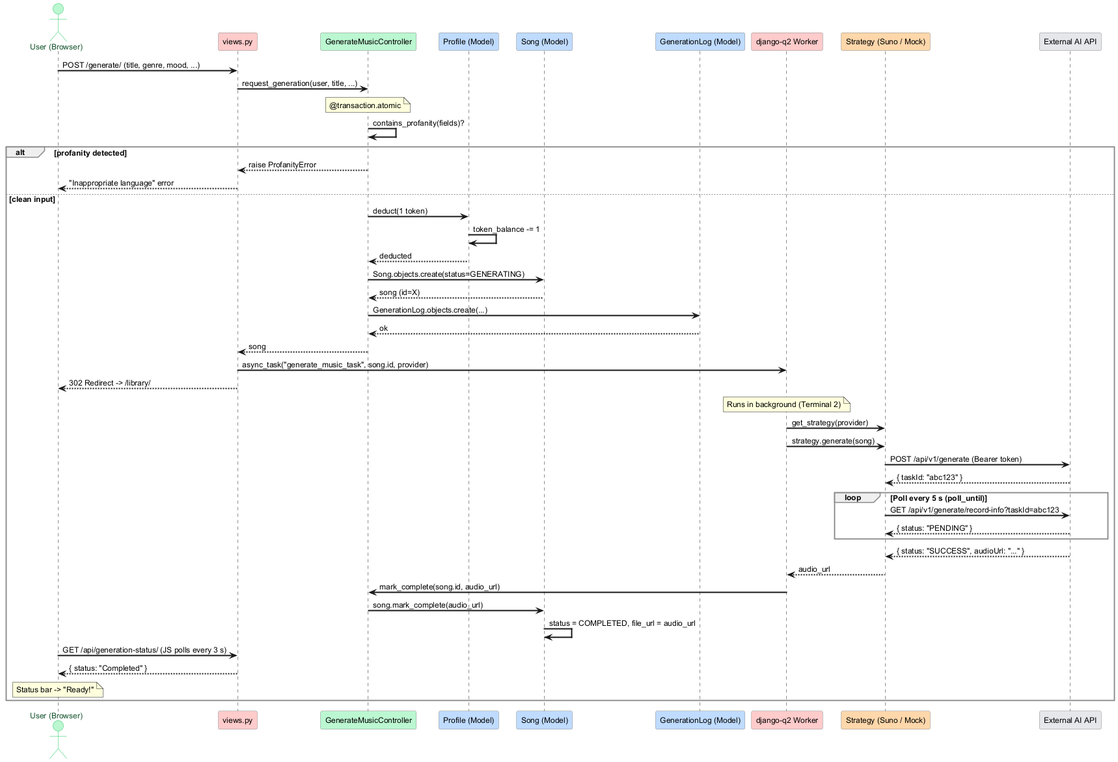
This is diagrams/UC01_Happy_Path.png from Yotshiba/AI_MUSIC_GENERATER, a PlantUML export, as it was before one commit.
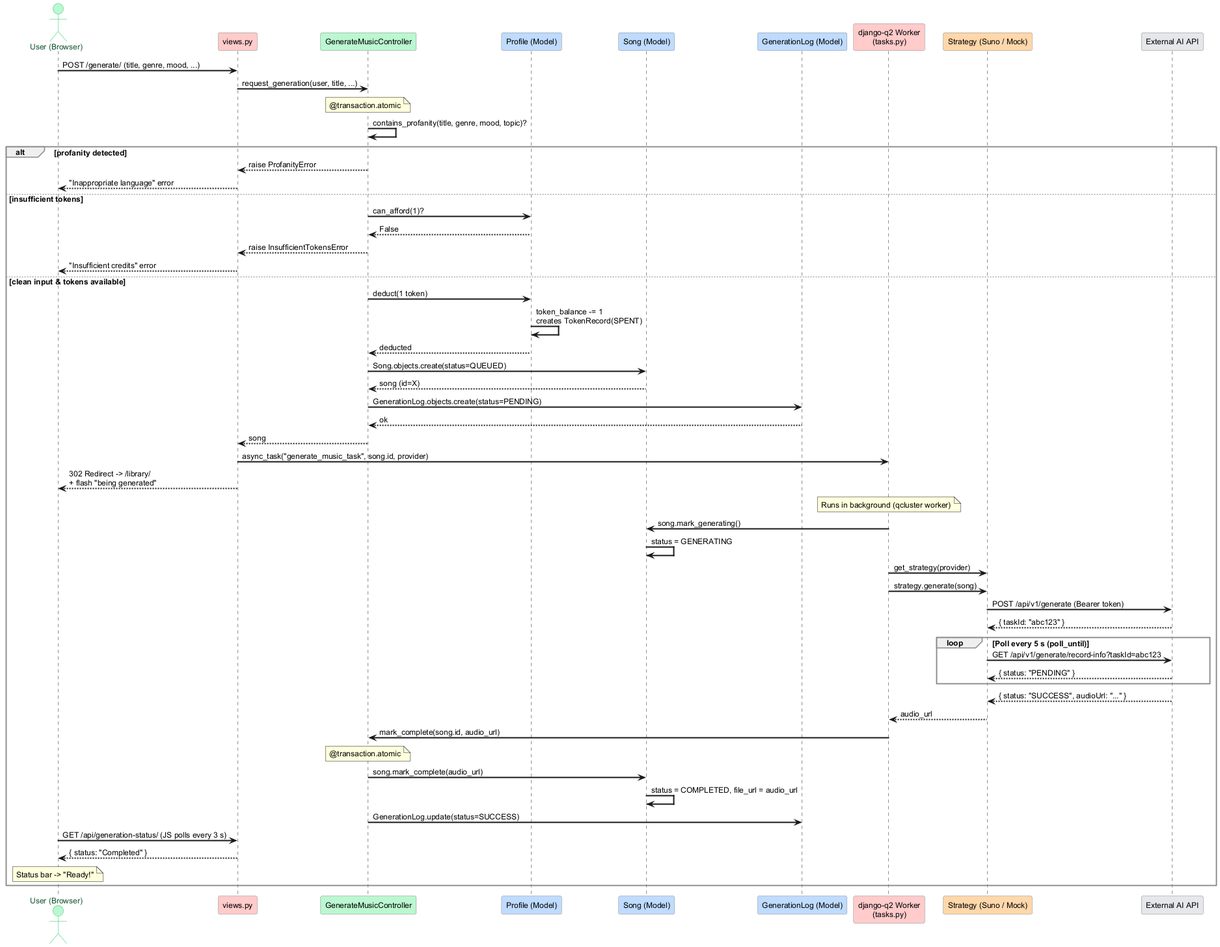
Above is the later version.

Commit message:
Update UML diagrams: enhance class and sequence diagrams with new models and error handling

What changed in the source:
```diff
@@ -20,7 +20,7 @@
 participant "Profile (Model)" as Profile #bfdbfe
 participant "Song (Model)" as Song #bfdbfe
 participant "GenerationLog (Model)" as Log #bfdbfe
-participant "django-q2 Worker" as Queue #fecaca
+participant "django-q2 Worker\n(tasks.py)" as Queue #fecaca
 participant "Strategy (Suno / Mock)" as Strategy #fed7aa
 participant "External AI API" as API #e5e7eb
 
@@ -29,25 +29,32 @@
 
 note over Ctrl : @transaction.atomic
 
-Ctrl -> Ctrl : contains_profanity(fields)?
+Ctrl -> Ctrl : contains_profanity(title, genre, mood, topic)?
 
 alt profanity detected
     Ctrl --> View : raise ProfanityError
     View --> User : "Inappropriate language" error
-else clean input
+else insufficient tokens
+    Ctrl -> Profile : can_afford(1)?
+    Profile --> Ctrl : False
+    Ctrl --> View : raise InsufficientTokensError
+    View --> User : "Insufficient credits" error
+else clean input & tokens available
     Ctrl -> Profile : deduct(1 token)
-    Profile -> Profile : token_balance -= 1
+    Profile -> Profile : token_balance -= 1\ncreates TokenRecord(SPENT)
     Profile --> Ctrl : deducted
-    Ctrl -> Song : Song.objects.create(status=GENERATING)
+    Ctrl -> Song : Song.objects.create(status=QUEUED)
     Song --> Ctrl : song (id=X)
-    Ctrl -> Log : GenerationLog.objects.create(...)
+    Ctrl -> Log : GenerationLog.objects.create(status=PENDING)
     Log --> Ctrl : ok
     Ctrl --> View : song
     View -> Queue : async_task("generate_music_task", song.id, provider)
-    View --> User : 302 Redirect -> /library/
+    View --> User : 302 Redirect -> /library/\n+ flash "being generated"
 
-    note over Queue : Runs in background (Terminal 2)
+    note over Queue : Runs in background (qcluster worker)
 
+    Queue -> Song : song.mark_generating()
+    Song -> Song : status = GENERATING
     Queue -> Strategy : get_strategy(provider)
     Queue -> Strategy : strategy.generate(song)
     Strategy -> API : POST /api/v1/generate (Bearer token)
@@ -61,8 +68,10 @@
     API --> Strategy : { status: "SUCCESS", audioUrl: "..." }
     Strategy --> Queue : audio_url
     Queue -> Ctrl : mark_complete(song.id, audio_url)
+    note over Ctrl : @transaction.atomic
     Ctrl -> Song : song.mark_complete(audio_url)
     Song -> Song : status = COMPLETED, file_url = audio_url
+    Ctrl -> Log : GenerationLog.update(status=SUCCESS)
 
     User -> View : GET /api/generation-status/ (JS polls every 3 s)
     View --> User : { status: "Completed" }
```
